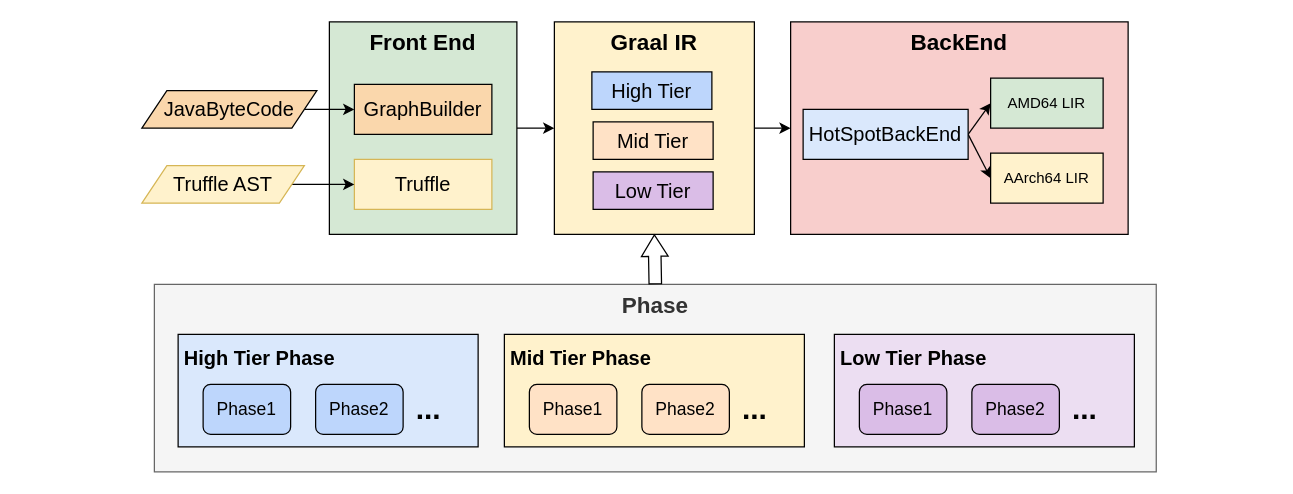
Above: GraalCompilerStructure.drawio in f123888/Draw.IO (draw.io), before the change. Source tidied: cells renumbered, new cells numbered last; positions are measured from the earlier drawing's top-left corner, leaving out a move shared by most shapes. Both pictures are drawn from the tidied source at 125%, with x=0, y=0 at pixel (141, 21).
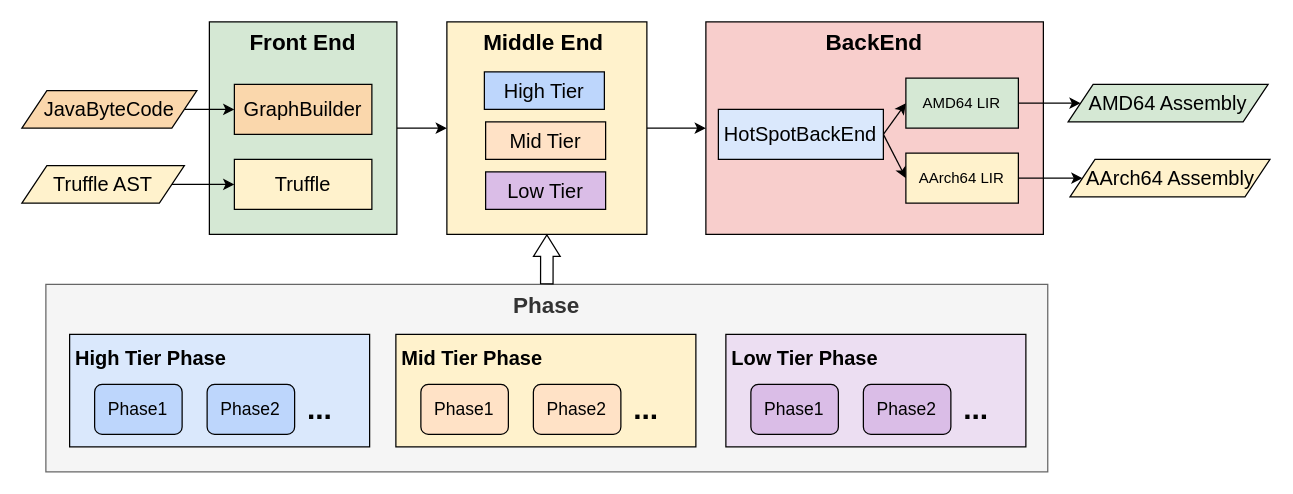
After the change.

What changed in the source:
```diff
@@
     <mxCell id="3" value="&lt;font style=&quot;font-size: 18px;&quot;&gt;&lt;b&gt;Front End&lt;/b&gt;&lt;/font&gt;" style="rounded=0;whiteSpace=wrap;html=1;verticalAlign=top;fillColor=#d5e8d4;strokeColor=default;" parent="1" vertex="1">
-      <mxGeometry x="150" width="150" height="170" as="geometry" />
+      <mxGeometry x="54" width="150" height="170" as="geometry" />
     </mxCell>
     <mxCell id="4" value="&lt;font style=&quot;font-size: 16px;&quot;&gt;GraphBuilder&lt;/font&gt;" style="rounded=0;whiteSpace=wrap;html=1;fillColor=#fad7ac;strokeColor=default;" parent="1" vertex="1">
-      <mxGeometry x="170" y="50" width="110" height="40" as="geometry" />
+      <mxGeometry x="74" y="50" width="110" height="40" as="geometry" />
     </mxCell>
-    <mxCell id="5" value="&lt;font style=&quot;font-size: 16px;&quot;&gt;Truffle&lt;/font&gt;" style="rounded=0;whiteSpace=wrap;html=1;fillColor=#fff2cc;strokeColor=#d6b656;" parent="1" vertex="1">
-      <mxGeometry x="170" y="110" width="110" height="40" as="geometry" />
+    <mxCell id="5" value="&lt;font style=&quot;font-size: 16px;&quot;&gt;Truffle&lt;/font&gt;" style="rounded=0;whiteSpace=wrap;html=1;fillColor=#fff2cc;strokeColor=default;" parent="1" vertex="1">
+      <mxGeometry x="74" y="110" width="110" height="40" as="geometry" />
     </mxCell>
@@
     <mxCell id="7" value="&lt;span style=&quot;text-wrap-mode: nowrap;&quot;&gt;&lt;font style=&quot;font-size: 16px;&quot;&gt;JavaByteCode&lt;/font&gt;&lt;/span&gt;" style="shape=parallelogram;perimeter=parallelogramPerimeter;whiteSpace=wrap;html=1;fixedSize=1;fillColor=#fad7ac;strokeColor=default;" parent="1" vertex="1">
-      <mxGeometry y="55" width="140" height="30" as="geometry" />
+      <mxGeometry x="-96" y="55" width="140" height="30" as="geometry" />
     </mxCell>
@@
-    <mxCell id="9" value="&lt;span style=&quot;text-wrap-mode: nowrap;&quot;&gt;&lt;font style=&quot;font-size: 16px;&quot;&gt;Truffle AST&lt;/font&gt;&lt;/span&gt;" style="shape=parallelogram;perimeter=parallelogramPerimeter;whiteSpace=wrap;html=1;fixedSize=1;fillColor=#fff2cc;strokeColor=#d6b656;" parent="1" vertex="1">
-      <mxGeometry y="115" width="130" height="30" as="geometry" />
+    <mxCell id="9" value="&lt;span style=&quot;text-wrap-mode: nowrap;&quot;&gt;&lt;font style=&quot;font-size: 16px;&quot;&gt;Truffle AST&lt;/font&gt;&lt;/span&gt;" style="shape=parallelogram;perimeter=parallelogramPerimeter;whiteSpace=wrap;html=1;fixedSize=1;fillColor=#fff2cc;strokeColor=default;" parent="1" vertex="1">
+      <mxGeometry x="-96" y="115" width="130" height="30" as="geometry" />
     </mxCell>
@@
-    <mxCell id="11" value="&lt;font style=&quot;font-size: 18px;&quot;&gt;&lt;b&gt;Graal IR&lt;/b&gt;&lt;/font&gt;" style="rounded=0;whiteSpace=wrap;html=1;verticalAlign=top;fillColor=#fff2cc;strokeColor=default;" parent="1" vertex="1">
-      <mxGeometry x="330" width="160" height="170" as="geometry" />
+    <mxCell id="11" value="&lt;font style=&quot;font-size: 18px;&quot;&gt;&lt;b&gt;Middle End&amp;nbsp;&lt;/b&gt;&lt;/font&gt;" style="rounded=0;whiteSpace=wrap;html=1;verticalAlign=top;fillColor=#fff2cc;strokeColor=default;" parent="1" vertex="1">
+      <mxGeometry x="244" width="160" height="170" as="geometry" />
     </mxCell>
     <mxCell id="12" value="&lt;font style=&quot;font-size: 18px;&quot;&gt;&lt;b&gt;BackEnd&lt;/b&gt;&lt;/font&gt;" style="rounded=0;whiteSpace=wrap;html=1;verticalAlign=top;fillColor=#f8cecc;strokeColor=default;" parent="1" vertex="1">
-      <mxGeometry x="519" width="270" height="170" as="geometry" />
+      <mxGeometry x="451.2" width="270" height="170" as="geometry" />
     </mxCell>
     <mxCell id="13" value="&lt;font style=&quot;font-size: 16px;&quot;&gt;High Tier&lt;/font&gt;" style="rounded=0;whiteSpace=wrap;html=1;fillColor=#BDD6FC;strokeColor=default;" parent="1" vertex="1">
-      <mxGeometry x="360" y="40" width="96" height="30" as="geometry" />
+      <mxGeometry x="274" y="40" width="96" height="30" as="geometry" />
     </mxCell>
     <mxCell id="14" value="&lt;font style=&quot;font-size: 16px;&quot;&gt;Mid Tier&lt;/font&gt;" style="rounded=0;whiteSpace=wrap;html=1;fillColor=#FFE2C6;strokeColor=default;" parent="1" vertex="1">
-      <mxGeometry x="361" y="80" width="96" height="30" as="geometry" />
+      <mxGeometry x="275" y="80" width="96" height="30" as="geometry" />
     </mxCell>
     <mxCell id="15" value="&lt;font style=&quot;font-size: 16px;&quot;&gt;Low Tier&lt;/font&gt;" style="rounded=0;whiteSpace=wrap;html=1;fillColor=light-dark(#dabde7, #392f3f);strokeColor=default;" parent="1" vertex="1">
-      <mxGeometry x="361" y="120" width="96" height="30" as="geometry" />
+      <mxGeometry x="275" y="120" width="96" height="30" as="geometry" />
     </mxCell>
@@
     <mxCell id="18" value="&lt;font style=&quot;font-size: 16px;&quot;&gt;HotSpotBackEnd&lt;/font&gt;" style="rounded=0;whiteSpace=wrap;html=1;fillColor=#dae8fc;strokeColor=default;" parent="1" vertex="1">
-      <mxGeometry x="529" y="70" width="132" height="40" as="geometry" />
+      <mxGeometry x="461.2" y="70" width="132" height="40" as="geometry" />
     </mxCell>
+    <mxCell id="35" style="edgeStyle=orthogonalEdgeStyle;rounded=0;jettySize=auto;html=1;entryX=0;entryY=0.5;entryDx=0;entryDy=0;" parent="1" edge="1" source="19" target="37">
+      <mxGeometry relative="1" as="geometry" />
+    </mxCell>
     <mxCell id="19" value="AMD64 LIR" style="rounded=0;whiteSpace=wrap;html=1;fillColor=#d5e8d4;strokeColor=default;" parent="1" vertex="1">
-      <mxGeometry x="679" y="45" width="90" height="40" as="geometry" />
+      <mxGeometry x="611.2" y="45" width="90" height="40" as="geometry" />
     </mxCell>
+    <mxCell id="36" style="edgeStyle=orthogonalEdgeStyle;rounded=0;jettySize=auto;html=1;entryX=0;entryY=0.5;entryDx=0;entryDy=0;" parent="1" edge="1" source="20" target="38">
+      <mxGeometry relative="1" as="geometry" />
+    </mxCell>
     <mxCell id="20" value="AArch64 LIR" style="rounded=0;whiteSpace=wrap;html=1;fillColor=#fff2cc;strokeColor=default;" parent="1" vertex="1">
-      <mxGeometry x="679" y="105" width="90" height="40" as="geometry" />
+      <mxGeometry x="611.2" y="105" width="90" height="40" as="geometry" />
     </mxCell>
     <mxCell id="21" value="&lt;font style=&quot;font-size: 18px;&quot;&gt;&lt;b&gt;Phase&lt;/b&gt;&lt;/font&gt;" style="rounded=0;whiteSpace=wrap;html=1;verticalAlign=top;fillColor=#f5f5f5;fontColor=#333333;strokeColor=#666666;" parent="1" vertex="1">
-      <mxGeometry x="10" y="210" width="801.5" height="150" as="geometry" />
+      <mxGeometry x="-76.8" y="210" width="801.5" height="150" as="geometry" />
     </mxCell>
     <mxCell id="22" value="&lt;font style=&quot;font-size: 16px;&quot;&gt;&lt;b style=&quot;&quot;&gt;High Tier Phase&lt;/b&gt;&lt;/font&gt;" style="rounded=0;whiteSpace=wrap;html=1;verticalAlign=top;align=left;spacing=5;fillColor=#dae8fc;strokeColor=default;" parent="1" vertex="1">
-      <mxGeometry x="29" y="250" width="240" height="90" as="geometry" />
+      <mxGeometry x="-57.8" y="250" width="240" height="90" as="geometry" />
     </mxCell>
     <mxCell id="23" value="&lt;font style=&quot;font-size: 14px;&quot;&gt;Phase1&lt;/font&gt;" style="rounded=1;whiteSpace=wrap;html=1;fillColor=#BDD6FC;strokeColor=default;" parent="1" vertex="1">
-      <mxGeometry x="49" y="290" width="70" height="40" as="geometry" />
+      <mxGeometry x="-37.8" y="290" width="70" height="40" as="geometry" />
     </mxCell>
     <mxCell id="24" value="&lt;font style=&quot;font-size: 14px;&quot;&gt;Phase2&lt;/font&gt;" style="rounded=1;whiteSpace=wrap;html=1;fillColor=#BDD6FC;strokeColor=default;" parent="1" vertex="1">
-      <mxGeometry x="139" y="290" width="70" height="40" as="geometry" />
+      <mxGeometry x="52.2" y="290" width="70" height="40" as="geometry" />
     </mxCell>
     <mxCell id="25" value="&lt;font style=&quot;font-size: 24px;&quot;&gt;&lt;b style=&quot;&quot;&gt;...&lt;/b&gt;&lt;/font&gt;" style="text;html=1;align=center;verticalAlign=middle;strokeColor=none;fillColor=none;" parent="1" vertex="1">
-      <mxGeometry x="209" y="290" width="40" height="40" as="geometry" />
+      <mxGeometry x="122.2" y="290" width="40" height="40" as="geometry" />
     </mxCell>
     <mxCell id="26" value="&lt;font style=&quot;font-size: 16px;&quot;&gt;&lt;b style=&quot;&quot;&gt;Mid Tier Phase&lt;/b&gt;&lt;/font&gt;" style="rounded=0;whiteSpace=wrap;html=1;verticalAlign=top;align=left;spacing=5;fillColor=#fff2cc;strokeColor=default;" parent="1" vertex="1">
-      <mxGeometry x="290" y="250" width="240" height="90" as="geometry" />
+      <mxGeometry x="203.2" y="250" width="240" height="90" as="geometry" />
     </mxCell>
     <mxCell id="27" value="&lt;span style=&quot;font-size: 14px;&quot;&gt;Phase1&lt;/span&gt;" style="rounded=1;whiteSpace=wrap;html=1;fillColor=#FFE2C6;strokeColor=default;" parent="1" vertex="1">
-      <mxGeometry x="310" y="290" width="70" height="40" as="geometry" />
+      <mxGeometry x="223.2" y="290" width="70" height="40" as="geometry" />
     </mxCell>
     <mxCell id="28" value="&lt;span style=&quot;font-size: 14px;&quot;&gt;Phase2&lt;/span&gt;" style="rounded=1;whiteSpace=wrap;html=1;fillColor=#FFE2C6;strokeColor=default;" parent="1" vertex="1">
-      <mxGeometry x="400" y="290" width="70" height="40" as="geometry" />
+      <mxGeometry x="313.2" y="290" width="70" height="40" as="geometry" />
     </mxCell>
     <mxCell id="29" value="&lt;font style=&quot;font-size: 24px;&quot;&gt;&lt;b style=&quot;&quot;&gt;...&lt;/b&gt;&lt;/font&gt;" style="text;html=1;align=center;verticalAlign=middle;strokeColor=none;fillColor=none;" parent="1" vertex="1">
-      <mxGeometry x="470" y="290" width="40" height="40" as="geometry" />
+      <mxGeometry x="383.2" y="290" width="40" height="40" as="geometry" />
     </mxCell>
     <mxCell id="30" value="&lt;font style=&quot;font-size: 16px;&quot;&gt;&lt;b style=&quot;&quot;&gt;Low Tier Phase&lt;/b&gt;&lt;/font&gt;" style="rounded=0;whiteSpace=wrap;html=1;verticalAlign=top;align=left;spacing=5;fillColor=#ECDEF2;strokeColor=default;" parent="1" vertex="1">
-      <mxGeometry x="554" y="250" width="240" height="90" as="geometry" />
+      <mxGeometry x="467.2" y="250" width="240" height="90" as="geometry" />
     </mxCell>
     <mxCell id="31" value="&lt;span style=&quot;font-size: 14px;&quot;&gt;Phase1&lt;/span&gt;" style="rounded=1;whiteSpace=wrap;html=1;fillColor=#DABDE7;strokeColor=default;" parent="1" vertex="1">
-      <mxGeometry x="574" y="290" width="70" height="40" as="geometry" />
+      <mxGeometry x="487.2" y="290" width="70" height="40" as="geometry" />
     </mxCell>
     <mxCell id="32" value="&lt;span style=&quot;font-size: 14px;&quot;&gt;Phase2&lt;/span&gt;" style="rounded=1;whiteSpace=wrap;html=1;fillColor=#DABDE7;strokeColor=default;" parent="1" vertex="1">
-      <mxGeometry x="664" y="290" width="70" height="40" as="geometry" />
+      <mxGeometry x="577.2" y="290" width="70" height="40" as="geometry" />
     </mxCell>
     <mxCell id="33" value="&lt;font style=&quot;font-size: 24px;&quot;&gt;&lt;b style=&quot;&quot;&gt;...&lt;/b&gt;&lt;/font&gt;" style="text;html=1;align=center;verticalAlign=middle;strokeColor=none;fillColor=none;" parent="1" vertex="1">
-      <mxGeometry x="734" y="290" width="40" height="40" as="geometry" />
+      <mxGeometry x="647.2" y="290" width="40" height="40" as="geometry" />
     </mxCell>
@@
+    <mxCell id="37" value="&lt;span style=&quot;text-wrap-mode: nowrap;&quot;&gt;&lt;font style=&quot;font-size: 16px;&quot;&gt;AMD64 Assembly&lt;/font&gt;&lt;/span&gt;" style="shape=parallelogram;perimeter=parallelogramPerimeter;whiteSpace=wrap;html=1;fixedSize=1;fillColor=#d5e8d4;strokeColor=default;" parent="1" vertex="1">
+      <mxGeometry x="741" y="50" width="160" height="30" as="geometry" />
+    </mxCell>
+    <mxCell id="38" value="&lt;span style=&quot;text-wrap-mode: nowrap;&quot;&gt;&lt;font style=&quot;font-size: 16px;&quot;&gt;AArch64 Assembly&lt;/font&gt;&lt;/span&gt;" style="shape=parallelogram;perimeter=parallelogramPerimeter;whiteSpace=wrap;html=1;fixedSize=1;fillColor=#fff2cc;strokeColor=default;" parent="1" vertex="1">
+      <mxGeometry x="742.5" y="110" width="160" height="30" as="geometry" />
+    </mxCell>
```
